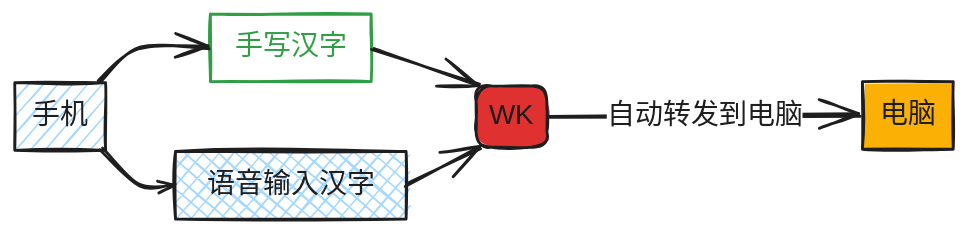
The Excalidraw diagram docs/wk/excalidraw-files/WK-show.excalidraw.svg in editfund/editfund.github.io-src, before a commit. Source tidied: one line per element, renumbered; positions are measured from the earlier drawing's top-left corner, leaving out a move shared by most shapes.
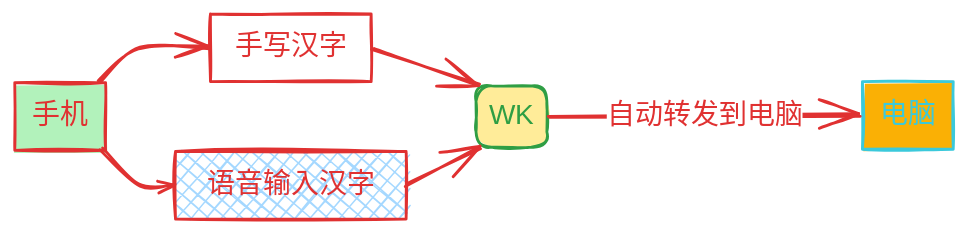
After the commit.

What changed in the source:
```diff
@@ -1,16 +1,16 @@
-{"id": 0, "type": "rectangle", "strokeColor": "#1e1e1e", "backgroundColor": "#a5d8ff", "fillStyle": "hachure", "strokeWidth": 2, "roughness": 1, "x": 0, "y": 112, "width": 65, "height": 48}
+{"id": 0, "type": "rectangle", "strokeColor": "#e03131", "backgroundColor": "#b2f2bb", "fillStyle": "solid", "strokeWidth": 2, "roughness": 1, "x": 0, "y": 112, "width": 65, "height": 48}
-{"id": 1, "type": "rectangle", "strokeColor": "#2f9e44", "strokeWidth": 2, "roughness": 1, "x": 140, "y": 63, "width": 115, "height": 48}
+{"id": 1, "type": "rectangle", "strokeColor": "#e03131", "strokeWidth": 2, "roughness": 1, "x": 140, "y": 63, "width": 115, "height": 48}
-{"id": 2, "type": "rectangle", "strokeColor": "#1e1e1e", "backgroundColor": "#a5d8ff", "fillStyle": "cross-hatch", "strokeWidth": 2, "roughness": 1, "x": 115, "y": 161, "width": 165, "height": 48}
+{"id": 2, "type": "rectangle", "strokeColor": "#e03131", "backgroundColor": "#a5d8ff", "fillStyle": "cross-hatch", "strokeWidth": 2, "roughness": 1, "x": 115, "y": 161, "width": 165, "height": 48}
-{"id": 3, "type": "rectangle", "strokeColor": "#1e1e1e", "backgroundColor": "#e03131", "fillStyle": "solid", "strokeWidth": 2, "roughness": 1, "round": true, "x": 330, "y": 114, "width": 51, "height": 44}
+{"id": 3, "type": "rectangle", "strokeColor": "#2f9e44", "backgroundColor": "#ffec99", "fillStyle": "solid", "strokeWidth": 2, "roughness": 1, "round": true, "x": 330, "y": 114, "width": 51, "height": 44}
-{"id": 4, "type": "rectangle", "strokeColor": "#1e1e1e", "backgroundColor": "#fab005", "fillStyle": "solid", "strokeWidth": 2, "roughness": 1, "x": 606, "y": 111, "width": 65, "height": 48}
+{"id": 4, "type": "rectangle", "strokeColor": "#3bc9db", "backgroundColor": "#fab005", "fillStyle": "solid", "strokeWidth": 2, "roughness": 1, "x": 606, "y": 111, "width": 65, "height": 48}
-{"id": 5, "type": "arrow", "strokeColor": "#1e1e1e", "strokeWidth": 2, "roughness": 1, "endArrowhead": "arrow", "round": true, "to": 1, "x": 61, "y": 112, "width": 78, "height": 25, "points": [[0, 0], [29, -25], [78, -25]]}
+{"id": 5, "type": "arrow", "strokeColor": "#e03131", "strokeWidth": 2, "roughness": 1, "endArrowhead": "arrow", "round": true, "to": 1, "x": 61, "y": 112, "width": 78, "height": 25, "points": [[0, 0], [29, -25], [78, -25]]}
-{"id": 6, "type": "arrow", "strokeColor": "#1e1e1e", "strokeWidth": 2, "roughness": 1, "endArrowhead": "arrow", "round": true, "to": 2, "x": 61, "y": 160, "width": 54, "height": 25, "points": [[0, 0], [29, 25], [53, 25]]}
+{"id": 6, "type": "arrow", "strokeColor": "#e03131", "strokeWidth": 2, "roughness": 1, "endArrowhead": "arrow", "round": true, "to": 2, "x": 61, "y": 160, "width": 53, "height": 25, "points": [[0, 0], [29, 25], [53, 25]]}
-{"id": 7, "type": "arrow", "strokeColor": "#1e1e1e", "strokeWidth": 2, "roughness": 1, "endArrowhead": "arrow", "round": true, "from": 1, "to": 3, "x": 255, "y": 88, "width": 78, "height": 27, "points": [[0, 0], [77, 26]]}
+{"id": 7, "type": "arrow", "strokeColor": "#e03131", "strokeWidth": 2, "roughness": 1, "endArrowhead": "arrow", "round": true, "from": 1, "to": 3, "x": 255, "y": 88, "width": 77, "height": 26, "points": [[0, 0], [77, 26]]}
-{"id": 8, "type": "arrow", "strokeColor": "#1e1e1e", "strokeWidth": 2, "roughness": 1, "endArrowhead": "arrow", "round": true, "from": 2, "to": 3, "x": 280, "y": 185, "width": 53, "height": 27, "points": [[0, 0], [52, -26]]}
+{"id": 8, "type": "arrow", "strokeColor": "#e03131", "strokeWidth": 2, "roughness": 1, "endArrowhead": "arrow", "round": true, "from": 2, "to": 3, "x": 280, "y": 185, "width": 52, "height": 26, "points": [[0, 0], [52, -26]]}
-{"id": 9, "type": "arrow", "strokeColor": "#1e1e1e", "strokeWidth": 2, "roughness": 1, "endArrowhead": "arrow", "round": true, "from": 3, "to": 4, "x": 382, "y": 136, "width": 224, "height": 1, "points": [[0, 0], [224, -1]]}
+{"id": 9, "type": "arrow", "strokeColor": "#e03131", "strokeWidth": 2, "roughness": 1, "endArrowhead": "arrow", "round": true, "from": 3, "to": 4, "x": 382, "y": 136, "width": 224, "height": 1, "points": [[0, 0], [224, -1]]}
-{"id": 10, "type": "text", "text": "手机", "strokeColor": "#1e1e1e", "strokeWidth": 2, "roughness": 1, "fontSize": 20, "fontFamily": 1, "textAlign": "center", "verticalAlign": "middle", "inside": 0, "x": 12, "y": 124, "width": 40, "height": 25}
+{"id": 10, "type": "text", "text": "手机", "strokeColor": "#e03131", "strokeWidth": 2, "roughness": 1, "fontSize": 20, "fontFamily": 1, "textAlign": "center", "verticalAlign": "middle", "inside": 0, "x": 12, "y": 124, "width": 40, "height": 25}
-{"id": 11, "type": "text", "text": "手写汉字", "strokeColor": "#2f9e44", "strokeWidth": 2, "roughness": 1, "fontSize": 20, "fontFamily": 1, "textAlign": "center", "verticalAlign": "middle", "inside": 1, "x": 157, "y": 75, "width": 80, "height": 25}
+{"id": 11, "type": "text", "text": "手写汉字", "strokeColor": "#e03131", "strokeWidth": 2, "roughness": 1, "fontSize": 20, "fontFamily": 1, "textAlign": "center", "verticalAlign": "middle", "inside": 1, "x": 157, "y": 75, "width": 80, "height": 25}
-{"id": 12, "type": "text", "text": "语音输入汉字", "strokeColor": "#1e1e1e", "strokeWidth": 2, "roughness": 1, "fontSize": 20, "fontFamily": 1, "textAlign": "center", "verticalAlign": "middle", "inside": 2, "x": 137, "y": 173, "width": 120, "height": 25}
+{"id": 12, "type": "text", "text": "语音输入汉字", "strokeColor": "#e03131", "strokeWidth": 2, "roughness": 1, "fontSize": 20, "fontFamily": 1, "textAlign": "center", "verticalAlign": "middle", "inside": 2, "x": 137, "y": 173, "width": 120, "height": 25}
-{"id": 13, "type": "text", "text": "WK", "strokeColor": "#1e1e1e", "strokeWidth": 2, "roughness": 1, "fontSize": 20, "fontFamily": 1, "textAlign": "center", "verticalAlign": "middle", "inside": 3, "x": 342, "y": 124, "width": 27, "height": 25}
+{"id": 13, "type": "text", "text": "WK", "strokeColor": "#2f9e44", "strokeWidth": 2, "roughness": 1, "fontSize": 20, "fontFamily": 1, "textAlign": "center", "verticalAlign": "middle", "inside": 3, "x": 342, "y": 124, "width": 27, "height": 25}
-{"id": 14, "type": "text", "text": "电脑", "strokeColor": "#1e1e1e", "strokeWidth": 2, "roughness": 1, "fontSize": 20, "fontFamily": 1, "textAlign": "center", "verticalAlign": "middle", "inside": 4, "x": 619, "y": 123, "width": 40, "height": 25}
+{"id": 14, "type": "text", "text": "电脑", "strokeColor": "#3bc9db", "strokeWidth": 2, "roughness": 1, "fontSize": 20, "fontFamily": 1, "textAlign": "center", "verticalAlign": "middle", "inside": 4, "x": 619, "y": 123, "width": 40, "height": 25}
-{"id": 15, "type": "text", "text": "自动转发到电脑", "strokeColor": "#1e1e1e", "strokeWidth": 2, "roughness": 1, "fontSize": 20, "fontFamily": 1, "textAlign": "center", "verticalAlign": "middle", "inside": 9, "x": 473, "y": 0, "width": 140, "height": 25}
+{"id": 15, "type": "text", "text": "自动转发到电脑", "strokeColor": "#e03131", "strokeWidth": 2, "roughness": 1, "fontSize": 20, "fontFamily": 1, "textAlign": "center", "verticalAlign": "middle", "inside": 9, "x": 473, "y": 0, "width": 140, "height": 25}
```
